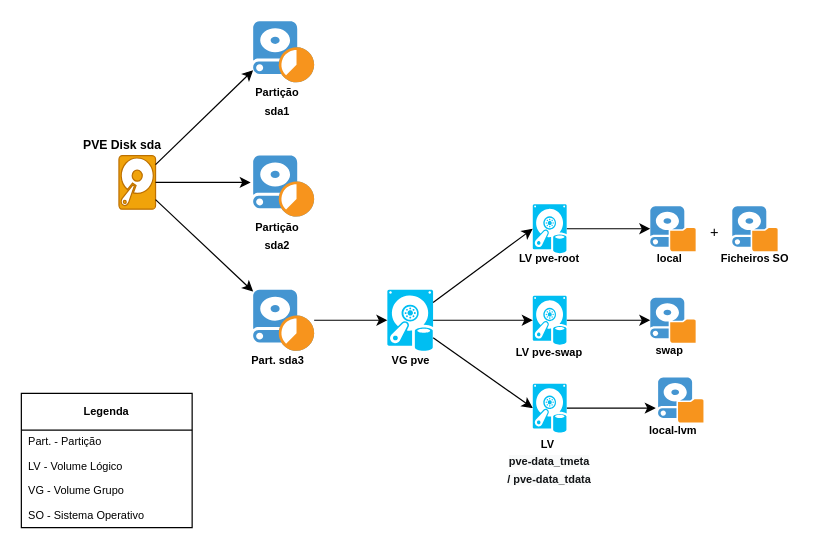
This is page "Página-2" (2 of 8) of ArmazenamentoProxmox.drawio from Miguellopesss/PrivateCloud, a draw.io file, before an edit. Source tidied: cells renumbered, new cells numbered last; positions are measured from the earlier drawing's top-left corner, leaving out a move shared by most shapes. Both pictures are drawn from the tidied source at 122%, with x=0, y=0 at pixel (21, 21).
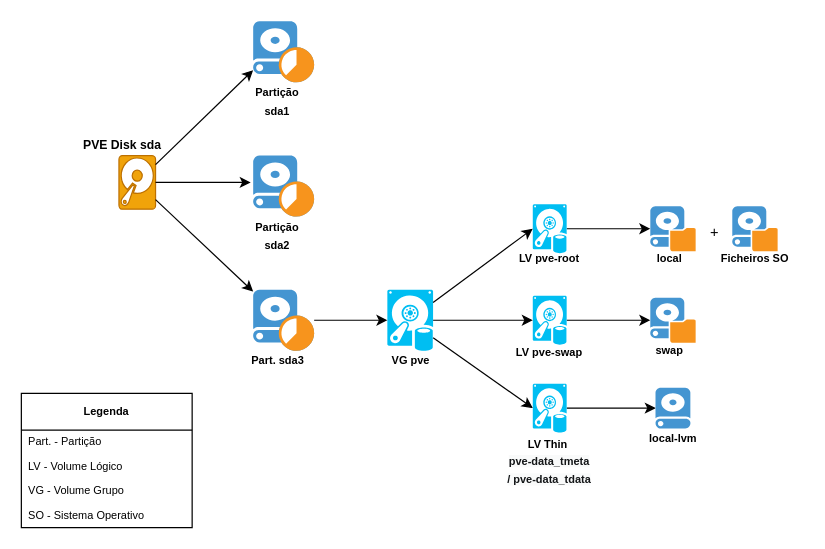
Above is the later version.

Change to the diagram source:
```diff
@@
-    <mxCell id="20" value="&lt;font style=&quot;font-size: 9px;&quot;&gt;&lt;font style=&quot;&quot;&gt;&lt;b style=&quot;&quot;&gt;&lt;font style=&quot;&quot;&gt;LV&amp;nbsp;&lt;/font&gt;&lt;/b&gt;&lt;/font&gt;&lt;/font&gt;&lt;div&gt;&lt;font style=&quot;font-size: 9px;&quot;&gt;&lt;b&gt;&lt;font style=&quot;&quot;&gt;&lt;span style=&quot;font-family: inherit; background-color: rgb(249, 250, 250); color: rgb(20, 22, 24); text-align: left;&quot;&gt;pve-data_tmeta /&amp;nbsp;&lt;/span&gt;&lt;/font&gt;&lt;span style=&quot;font-family: inherit; background-color: rgb(249, 250, 250); color: rgb(20, 22, 24); text-align: left;&quot;&gt;pve-data_tdata&lt;/span&gt;&lt;/b&gt;&lt;/font&gt;&lt;/div&gt;" style="text;html=1;align=center;verticalAlign=middle;whiteSpace=wrap;rounded=0;" parent="1" vertex="1">
+    <mxCell id="20" value="&lt;font style=&quot;font-size: 9px;&quot;&gt;&lt;font style=&quot;&quot;&gt;&lt;b style=&quot;&quot;&gt;&lt;font style=&quot;&quot;&gt;LV Thin&amp;nbsp;&lt;/font&gt;&lt;/b&gt;&lt;/font&gt;&lt;/font&gt;&lt;div&gt;&lt;font style=&quot;font-size: 9px;&quot;&gt;&lt;b&gt;&lt;font style=&quot;&quot;&gt;&lt;span style=&quot;font-family: inherit; background-color: rgb(249, 250, 250); color: rgb(20, 22, 24); text-align: left;&quot;&gt;pve-data_tmeta /&amp;nbsp;&lt;/span&gt;&lt;/font&gt;&lt;span style=&quot;font-family: inherit; background-color: rgb(249, 250, 250); color: rgb(20, 22, 24); text-align: left;&quot;&gt;pve-data_tdata&lt;/span&gt;&lt;/b&gt;&lt;/font&gt;&lt;/div&gt;" style="text;html=1;align=center;verticalAlign=middle;whiteSpace=wrap;rounded=0;" parent="1" vertex="1">
       <mxGeometry x="390" y="345" width="86.1" height="30" as="geometry" />
     </mxCell>
@@
     <mxCell id="27" value="&lt;b&gt;&lt;font style=&quot;font-size: 9px;&quot;&gt;local-lvm&lt;/font&gt;&lt;/b&gt;" style="text;html=1;align=center;verticalAlign=middle;strokeColor=none;fillColor=none;" parent="1" vertex="1">
-      <mxGeometry x="504.1" y="320" width="60" height="30" as="geometry" />
+      <mxGeometry x="504.1" y="326" width="60" height="30" as="geometry" />
     </mxCell>
@@
-    <mxCell id="35" style="shadow=0;dashed=0;html=1;strokeColor=none;fillColor=#4495D1;labelPosition=center;verticalLabelPosition=bottom;verticalAlign=top;align=center;shape=mxgraph.veeam.local_disk;" parent="1" vertex="1">
-      <mxGeometry x="521.9" y="292" width="37.2" height="36.8" as="geometry" />
-    </mxCell>
@@
+    <mxCell id="42" style="shadow=0;dashed=0;html=1;strokeColor=none;fillColor=#4495D1;labelPosition=center;verticalLabelPosition=bottom;verticalAlign=top;align=center;shape=mxgraph.veeam.2d.hard_drive;" parent="1" vertex="1">
+      <mxGeometry x="519.8" y="300.3" width="28.7" height="33.4" as="geometry" />
+    </mxCell>
```
